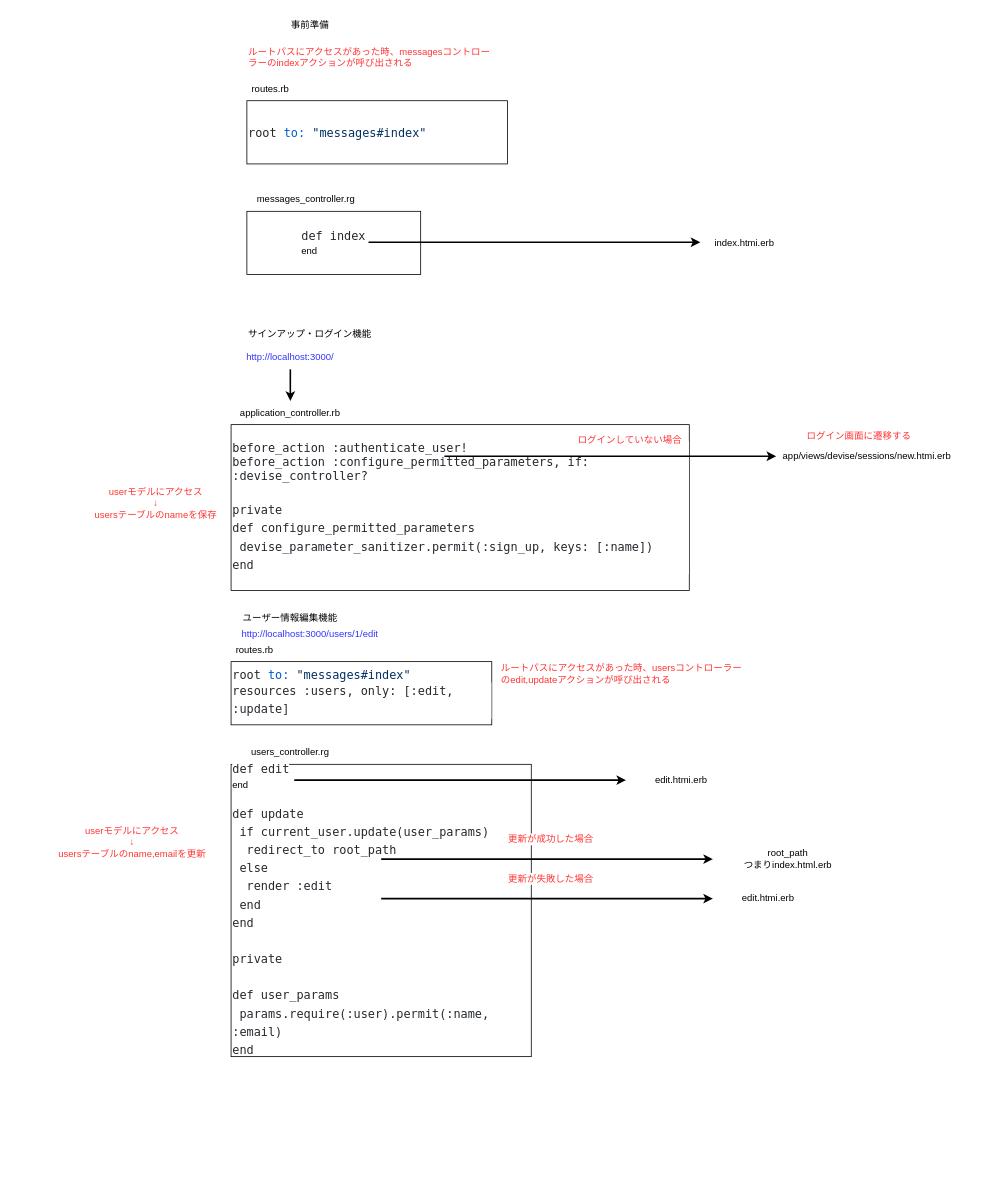
Above: .dio in naoto7010code/chat-app3 (draw.io), before the change. Source tidied: cells renumbered, new cells numbered last; positions are measured from the earlier drawing's top-left corner, leaving out a move shared by most shapes. Both pictures are drawn from the tidied source at 79%, with x=0, y=0 at pixel (45, 13).
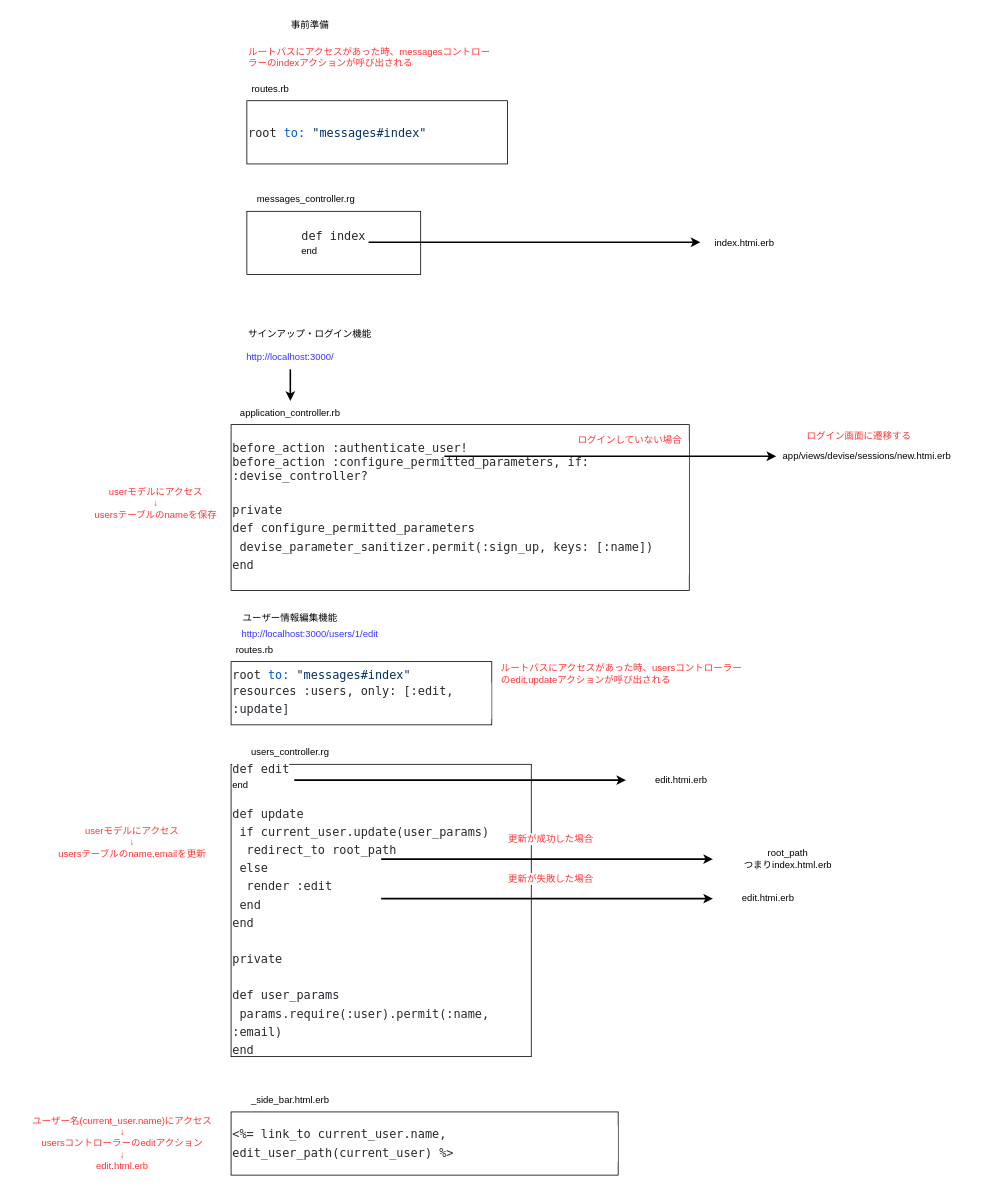
The same page after the edit.

Commit message (it also covers changes not shown here):
ユーザー情報表示の実装

Diff of the diagram source:
```diff
@@
+    <mxCell id="36" value="&lt;div style=&quot;color: rgb(36 , 41 , 46) ; background-color: rgb(255 , 255 , 255) ; font-family: &amp;#34;ricty diminished&amp;#34; , &amp;#34;menlo&amp;#34; , &amp;#34;monaco&amp;#34; , &amp;#34;courier new&amp;#34; , monospace ; font-size: 15px ; line-height: 23px&quot;&gt;&amp;lt;%= link_to current_user.name, edit_user_path(current_user) %&amp;gt;&lt;/div&gt;" style="rounded=0;whiteSpace=wrap;html=1;align=left;" parent="1" vertex="1">
+      <mxGeometry x="235" y="1390" width="490" height="80" as="geometry" />
+    </mxCell>
+    <mxCell id="37" value="_side_bar.html.erb" style="text;html=1;strokeColor=none;fillColor=none;align=center;verticalAlign=middle;whiteSpace=wrap;rounded=0;" parent="1" vertex="1">
+      <mxGeometry x="235" y="1360" width="150" height="30" as="geometry" />
+    </mxCell>
+    <mxCell id="38" value="ユーザー名(current_user.name)にアクセス&lt;br&gt;↓&lt;br&gt;usersコントローラーのeditアクション&lt;br&gt;↓&lt;br&gt;edit.html.erb" style="text;html=1;strokeColor=none;fillColor=none;align=center;verticalAlign=middle;whiteSpace=wrap;rounded=0;fontColor=#FF3333;labelBackgroundColor=default;" parent="1" vertex="1">
+      <mxGeometry x="-40" y="1380" width="275" height="100" as="geometry" />
+    </mxCell>
```
